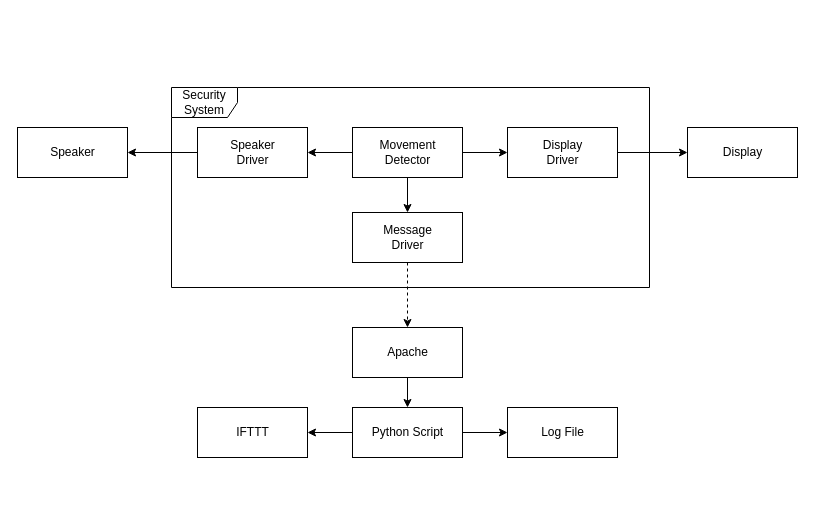
LucasWagler/ECE-371-Project keeps this draw.io diagram as Documents/Embedded Lab Project Block Diagram.drawio. Above is the earlier version. Source tidied: cells renumbered, new cells numbered last; positions are measured from the earlier drawing's top-left corner, leaving out a move shared by most shapes. Both pictures are drawn from the tidied source at 100%, with x=0, y=0 at pixel (17, 87).
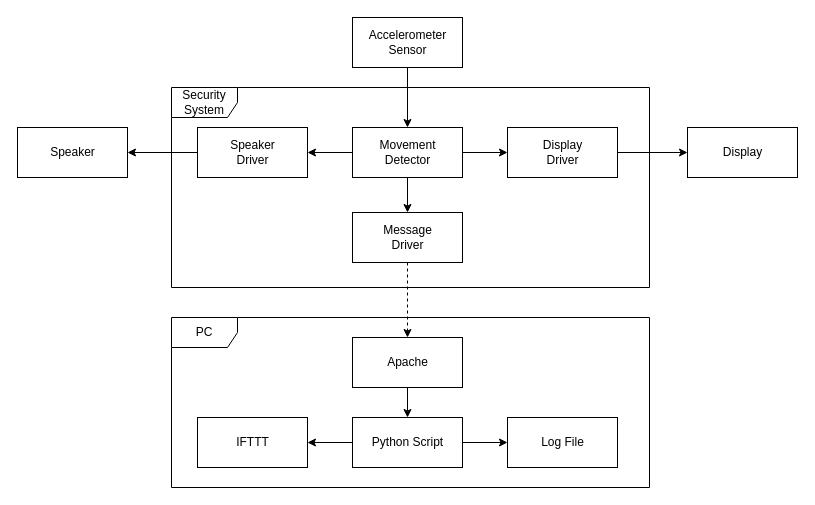
After the change.

The change refers to these unchanged cells:
```xml
<mxCell id="8" value="Movement&lt;br&gt;Detector" style="html=1;" parent="1" vertex="1">
  <mxGeometry x="335" y="40" width="110" height="50" as="geometry" />
</mxCell>
```

Diff of the diagram source:
```diff
@@
+    <mxCell id="22" value="PC" style="shape=umlFrame;whiteSpace=wrap;html=1;width=66;height=30;" parent="1" vertex="1">
+      <mxGeometry x="154" y="230" width="478" height="170" as="geometry" />
+    </mxCell>
@@
     <mxCell id="16" value="Apache" style="html=1;" parent="1" vertex="1">
-      <mxGeometry x="335" y="240" width="110" height="50" as="geometry" />
+      <mxGeometry x="335" y="250" width="110" height="50" as="geometry" />
     </mxCell>
@@
     <mxCell id="19" value="Python Script" style="html=1;" parent="1" vertex="1">
-      <mxGeometry x="335" y="320" width="110" height="50" as="geometry" />
+      <mxGeometry x="335" y="330" width="110" height="50" as="geometry" />
     </mxCell>
     <mxCell id="20" value="IFTTT" style="html=1;" parent="1" vertex="1">
-      <mxGeometry x="180" y="320" width="110" height="50" as="geometry" />
+      <mxGeometry x="180" y="330" width="110" height="50" as="geometry" />
     </mxCell>
     <mxCell id="21" value="Log File" style="html=1;" parent="1" vertex="1">
-      <mxGeometry x="490" y="320" width="110" height="50" as="geometry" />
+      <mxGeometry x="490" y="330" width="110" height="50" as="geometry" />
     </mxCell>
+    <mxCell id="23" style="edgeStyle=orthogonalEdgeStyle;rounded=0;jettySize=auto;html=1;exitX=0.5;exitY=1;exitDx=0;exitDy=0;entryX=0.5;entryY=0;entryDx=0;entryDy=0;" parent="1" edge="1" source="24" target="8">
+      <mxGeometry relative="1" as="geometry" />
+    </mxCell>
+    <mxCell id="24" value="Accelerometer&lt;br&gt;Sensor" style="html=1;" parent="1" vertex="1">
+      <mxGeometry x="335" y="-70" width="110" height="50" as="geometry" />
+    </mxCell>
```
